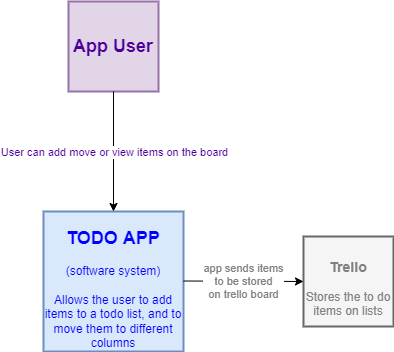
The draw.io diagram Documentation/context diagram.png in Kelliep11/-DevOps-Course-Starter2, before a commit. Source tidied: cells renumbered, new cells last; positions are measured from the earlier drawing's top-left corner, leaving out a move shared by most shapes. Its diagram source:
```xml
<mxGraphModel>
  <root>
    <mxCell id="0" />
    <mxCell id="1" parent="0" />
    <mxCell id="2" value="&lt;h2&gt;&lt;font color=&quot;#0000ff&quot;&gt;TODO APP&lt;/font&gt;&lt;/h2&gt;&lt;div&gt;&lt;font color=&quot;#0000ff&quot;&gt;(software system)&lt;/font&gt;&lt;/div&gt;&lt;div&gt;&lt;font color=&quot;#0000ff&quot;&gt;&lt;br&gt;&lt;/font&gt;&lt;/div&gt;&lt;div&gt;&lt;font color=&quot;#0000ff&quot;&gt;Allows the user to add items to a todo list, and to move them to different columns&lt;/font&gt;&lt;/div&gt;" style="whiteSpace=wrap;html=1;fillColor=#dae8fc;strokeColor=#6c8ebf;strokeWidth=2;fontFamily=Helvetica;" parent="1" vertex="1">
      <mxGeometry y="210" width="140" height="140" as="geometry" />
    </mxCell>
    <mxCell id="3" value="&lt;h2&gt;App User&lt;/h2&gt;" style="whiteSpace=wrap;html=1;fontFamily=Helvetica;strokeWidth=2;fillColor=#e1d5e7;strokeColor=#9673a6;fontColor=#4C0099;" parent="1" vertex="1">
      <mxGeometry x="25" width="90" height="90" as="geometry" />
    </mxCell>
    <mxCell id="4" style="endArrow=classic;html=1;rounded=0;fontFamily=Helvetica;fontColor=#4C0099;exitX=0.5;exitY=1;exitDx=0;exitDy=0;entryX=0.5;entryY=0;entryDx=0;entryDy=0;" parent="1" edge="1" source="3" target="2">
      <mxGeometry relative="1" as="geometry" />
    </mxCell>
    <mxCell id="5" value="User can add move or view items on the board" style="edgeLabel;html=1;align=center;verticalAlign=middle;fontFamily=Helvetica;fontColor=#4C0099;strokeWidth=2;" parent="4" vertex="1">
      <mxGeometry relative="1" as="geometry" />
    </mxCell>
    <mxCell id="6" value="&lt;h3&gt;&lt;font color=&quot;#808080&quot;&gt;Trello&lt;/font&gt;&lt;/h3&gt;&lt;div&gt;&lt;font color=&quot;#808080&quot;&gt;Stores the to do items on lists&lt;/font&gt;&lt;/div&gt;" style="whiteSpace=wrap;html=1;fontFamily=Helvetica;fontColor=#333333;strokeWidth=2;fillColor=#f5f5f5;strokeColor=#666666;" parent="1" vertex="1">
      <mxGeometry x="260" y="235" width="90" height="90" as="geometry" />
    </mxCell>
    <mxCell id="7" style="endArrow=classic;html=1;rounded=0;fontFamily=Helvetica;fontColor=#808080;entryX=0;entryY=0.5;entryDx=0;entryDy=0;" parent="1" edge="1" target="6">
      <mxGeometry relative="1" as="geometry">
        <mxPoint x="140" y="279.5" as="sourcePoint" />
      </mxGeometry>
    </mxCell>
    <mxCell id="8" value="app sends items&lt;br&gt;&amp;nbsp;to be stored &lt;br&gt;on trello board" style="edgeLabel;html=1;align=center;verticalAlign=middle;fontFamily=Helvetica;fontColor=#808080;strokeWidth=2;" parent="7" vertex="1">
      <mxGeometry relative="1" as="geometry" />
    </mxCell>
  </root>
</mxGraphModel>
```
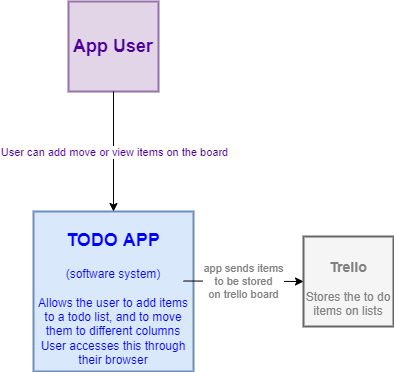
After the commit.

Diff of the diagram source:
```diff
@@ -2,8 +2,8 @@
   <root>
     <mxCell id="0" />
     <mxCell id="1" parent="0" />
-    <mxCell id="2" value="&lt;h2&gt;&lt;font color=&quot;#0000ff&quot;&gt;TODO APP&lt;/font&gt;&lt;/h2&gt;&lt;div&gt;&lt;font color=&quot;#0000ff&quot;&gt;(software system)&lt;/font&gt;&lt;/div&gt;&lt;div&gt;&lt;font color=&quot;#0000ff&quot;&gt;&lt;br&gt;&lt;/font&gt;&lt;/div&gt;&lt;div&gt;&lt;font color=&quot;#0000ff&quot;&gt;Allows the user to add items to a todo list, and to move them to different columns&lt;/font&gt;&lt;/div&gt;" style="whiteSpace=wrap;html=1;fillColor=#dae8fc;strokeColor=#6c8ebf;strokeWidth=2;fontFamily=Helvetica;" parent="1" vertex="1">
-      <mxGeometry y="210" width="140" height="140" as="geometry" />
+    <mxCell id="2" value="&lt;h2&gt;&lt;font color=&quot;#0000ff&quot;&gt;TODO APP&lt;/font&gt;&lt;/h2&gt;&lt;div&gt;&lt;font color=&quot;#0000ff&quot;&gt;(software system)&lt;/font&gt;&lt;/div&gt;&lt;div&gt;&lt;font color=&quot;#0000ff&quot;&gt;&lt;br&gt;&lt;/font&gt;&lt;/div&gt;&lt;div&gt;&lt;font color=&quot;#0000ff&quot;&gt;Allows the user to add items to a todo list, and to move them to different columns&lt;/font&gt;&lt;/div&gt;&lt;div&gt;&lt;font color=&quot;#0000ff&quot;&gt;User accesses this through their browser&lt;/font&gt;&lt;/div&gt;" style="whiteSpace=wrap;html=1;fillColor=#dae8fc;strokeColor=#6c8ebf;strokeWidth=2;fontFamily=Helvetica;" parent="1" vertex="1">
+      <mxGeometry x="-10" y="210" width="160" height="160" as="geometry" />
     </mxCell>
     <mxCell id="3" value="&lt;h2&gt;App User&lt;/h2&gt;" style="whiteSpace=wrap;html=1;fontFamily=Helvetica;strokeWidth=2;fillColor=#e1d5e7;strokeColor=#9673a6;fontColor=#4C0099;" parent="1" vertex="1">
       <mxGeometry x="25" width="90" height="90" as="geometry" />
```
